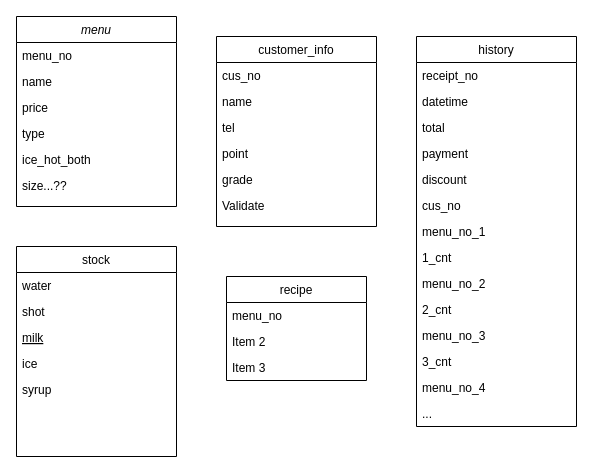
Above: Untitled Diagram.drawio in lachicadulce/JavaStudy (draw.io), before the change. Source tidied: cells renumbered, new cells numbered last; positions are measured from the earlier drawing's top-left corner, leaving out a move shared by most shapes. Both pictures are drawn from the tidied source at 100%, with x=0, y=0 at pixel (16, 16).
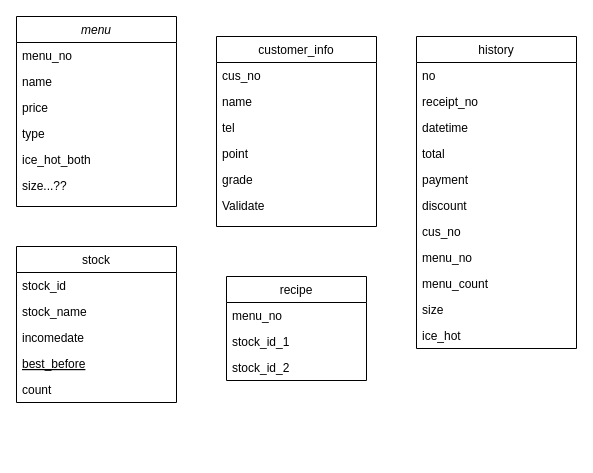
Above is the later version.

Commit message:
재고테이블 수정

Unchanged cells that the change refers to:
```xml
<mxCell id="37" value="recipe" style="swimlane;fontStyle=0;horizontal=1;startSize=26;" parent="1" vertex="1">
  <mxGeometry x="210" y="260" width="140" height="104" as="geometry" />
</mxCell>
```

Change to the diagram source:
```diff
@@
     <mxCell id="9" value="stock" style="swimlane;fontStyle=0;align=center;verticalAlign=top;horizontal=1;startSize=26;rounded=0;shadow=0;strokeWidth=1;" parent="1" vertex="1">
-      <mxGeometry y="230" width="160" height="210" as="geometry" />
+      <mxGeometry y="230" width="160" height="156" as="geometry" />
     </mxCell>
-    <mxCell id="10" value="water" style="text;align=left;verticalAlign=top;spacingLeft=4;spacingRight=4;overflow=hidden;" parent="9" vertex="1">
+    <mxCell id="10" value="stock_id" style="text;align=left;verticalAlign=top;spacingLeft=4;spacingRight=4;overflow=hidden;" parent="9" vertex="1">
       <mxGeometry y="26" width="160" height="26" as="geometry" />
     </mxCell>
+    <mxCell id="41" value="stock_name" style="text;align=left;verticalAlign=top;spacingLeft=4;spacingRight=4;overflow=hidden;" parent="9" vertex="1">
+      <mxGeometry y="52" width="160" height="26" as="geometry" />
+    </mxCell>
-    <mxCell id="11" value="shot" style="text;align=left;verticalAlign=top;spacingLeft=4;spacingRight=4;overflow=hidden;rounded=0;shadow=0;html=0;" parent="9" vertex="1">
-      <mxGeometry y="52" width="160" height="26" as="geometry" />
+    <mxCell id="11" value="incomedate" style="text;align=left;verticalAlign=top;spacingLeft=4;spacingRight=4;overflow=hidden;rounded=0;shadow=0;html=0;" parent="9" vertex="1">
+      <mxGeometry y="78" width="160" height="26" as="geometry" />
     </mxCell>
-    <mxCell id="12" value="milk" style="text;align=left;verticalAlign=top;spacingLeft=4;spacingRight=4;overflow=hidden;fontStyle=4;" parent="9" vertex="1">
-      <mxGeometry y="78" width="160" height="26" as="geometry" />
+    <mxCell id="12" value="best_before" style="text;align=left;verticalAlign=top;spacingLeft=4;spacingRight=4;overflow=hidden;fontStyle=4;" parent="9" vertex="1">
+      <mxGeometry y="104" width="160" height="26" as="geometry" />
     </mxCell>
-    <mxCell id="13" value="ice" style="text;align=left;verticalAlign=top;spacingLeft=4;spacingRight=4;overflow=hidden;" parent="9" vertex="1">
-      <mxGeometry y="104" width="160" height="26" as="geometry" />
+    <mxCell id="13" value="count" style="text;align=left;verticalAlign=top;spacingLeft=4;spacingRight=4;overflow=hidden;" parent="9" vertex="1">
+      <mxGeometry y="130" width="160" height="26" as="geometry" />
     </mxCell>
-    <mxCell id="14" value="syrup" style="text;align=left;verticalAlign=top;spacingLeft=4;spacingRight=4;overflow=hidden;" parent="9" vertex="1">
-      <mxGeometry y="130" width="160" height="26" as="geometry" />
-    </mxCell>
     <mxCell id="15" value="history" style="swimlane;fontStyle=0;align=center;verticalAlign=top;horizontal=1;startSize=26;rounded=0;shadow=0;strokeWidth=1;" parent="1" vertex="1">
-      <mxGeometry x="400" y="20" width="160" height="390" as="geometry" />
+      <mxGeometry x="400" y="20" width="160" height="312" as="geometry" />
     </mxCell>
-    <mxCell id="16" value="receipt_no" style="text;align=left;verticalAlign=top;spacingLeft=4;spacingRight=4;overflow=hidden;" parent="15" vertex="1">
+    <mxCell id="16" value="no" style="text;align=left;verticalAlign=top;spacingLeft=4;spacingRight=4;overflow=hidden;" parent="15" vertex="1">
       <mxGeometry y="26" width="160" height="26" as="geometry" />
     </mxCell>
+    <mxCell id="42" value="receipt_no" style="text;align=left;verticalAlign=top;spacingLeft=4;spacingRight=4;overflow=hidden;" parent="15" vertex="1">
+      <mxGeometry y="52" width="160" height="26" as="geometry" />
+    </mxCell>
     <mxCell id="17" value="datetime" style="text;align=left;verticalAlign=top;spacingLeft=4;spacingRight=4;overflow=hidden;" parent="15" vertex="1">
-      <mxGeometry y="52" width="160" height="26" as="geometry" />
+      <mxGeometry y="78" width="160" height="26" as="geometry" />
     </mxCell>
     <mxCell id="18" value="total" style="text;align=left;verticalAlign=top;spacingLeft=4;spacingRight=4;overflow=hidden;" parent="15" vertex="1">
-      <mxGeometry y="78" width="160" height="26" as="geometry" />
+      <mxGeometry y="104" width="160" height="26" as="geometry" />
     </mxCell>
     <mxCell id="19" value="payment" style="text;align=left;verticalAlign=top;spacingLeft=4;spacingRight=4;overflow=hidden;" parent="15" vertex="1">
-      <mxGeometry y="104" width="160" height="26" as="geometry" />
+      <mxGeometry y="130" width="160" height="26" as="geometry" />
     </mxCell>
     <mxCell id="20" value="discount" style="text;align=left;verticalAlign=top;spacingLeft=4;spacingRight=4;overflow=hidden;" parent="15" vertex="1">
-      <mxGeometry y="130" width="160" height="26" as="geometry" />
+      <mxGeometry y="156" width="160" height="26" as="geometry" />
     </mxCell>
     <mxCell id="21" value="cus_no" style="text;align=left;verticalAlign=top;spacingLeft=4;spacingRight=4;overflow=hidden;" parent="15" vertex="1">
-      <mxGeometry y="156" width="160" height="26" as="geometry" />
+      <mxGeometry y="182" width="160" height="26" as="geometry" />
     </mxCell>
-    <mxCell id="22" value="menu_no_1" style="text;align=left;verticalAlign=top;spacingLeft=4;spacingRight=4;overflow=hidden;" parent="15" vertex="1">
-      <mxGeometry y="182" width="160" height="26" as="geometry" />
+    <mxCell id="22" value="menu_no" style="text;align=left;verticalAlign=top;spacingLeft=4;spacingRight=4;overflow=hidden;" parent="15" vertex="1">
+      <mxGeometry y="208" width="160" height="26" as="geometry" />
     </mxCell>
-    <mxCell id="23" value="1_cnt" style="text;align=left;verticalAlign=top;spacingLeft=4;spacingRight=4;overflow=hidden;" parent="15" vertex="1">
-      <mxGeometry y="208" width="160" height="26" as="geometry" />
+    <mxCell id="23" value="menu_count" style="text;align=left;verticalAlign=top;spacingLeft=4;spacingRight=4;overflow=hidden;" parent="15" vertex="1">
+      <mxGeometry y="234" width="160" height="26" as="geometry" />
     </mxCell>
-    <mxCell id="24" value="menu_no_2" style="text;align=left;verticalAlign=top;spacingLeft=4;spacingRight=4;overflow=hidden;" parent="15" vertex="1">
-      <mxGeometry y="234" width="160" height="26" as="geometry" />
-    </mxCell>
-    <mxCell id="25" value="2_cnt" style="text;align=left;verticalAlign=top;spacingLeft=4;spacingRight=4;overflow=hidden;" parent="15" vertex="1">
+    <mxCell id="25" value="size" style="text;align=left;verticalAlign=top;spacingLeft=4;spacingRight=4;overflow=hidden;" parent="15" vertex="1">
       <mxGeometry y="260" width="160" height="26" as="geometry" />
     </mxCell>
-    <mxCell id="26" value="menu_no_3" style="text;align=left;verticalAlign=top;spacingLeft=4;spacingRight=4;overflow=hidden;" parent="15" vertex="1">
-      <mxGeometry y="286" width="160" height="26" as="geometry" />
-    </mxCell>
-    <mxCell id="27" value="3_cnt" style="text;align=left;verticalAlign=top;spacingLeft=4;spacingRight=4;overflow=hidden;" parent="15" vertex="1">
-      <mxGeometry y="312" width="160" height="26" as="geometry" />
-    </mxCell>
-    <mxCell id="28" value="menu_no_4" style="text;align=left;verticalAlign=top;spacingLeft=4;spacingRight=4;overflow=hidden;" parent="15" vertex="1">
-      <mxGeometry y="338" width="160" height="26" as="geometry" />
-    </mxCell>
-    <mxCell id="29" value="..." style="text;align=left;verticalAlign=top;spacingLeft=4;spacingRight=4;overflow=hidden;" parent="15" vertex="1">
-      <mxGeometry y="364" width="160" height="26" as="geometry" />
+    <mxCell id="29" value="ice_hot" style="text;align=left;verticalAlign=top;spacingLeft=4;spacingRight=4;overflow=hidden;" parent="15" vertex="1">
+      <mxGeometry y="286" width="160" height="26" as="geometry" />
     </mxCell>
@@
-    <mxCell id="39" value="Item 2" style="text;strokeColor=none;fillColor=none;align=left;verticalAlign=top;spacingLeft=4;spacingRight=4;overflow=hidden;" parent="37" vertex="1">
+    <mxCell id="39" value="stock_id_1" style="text;strokeColor=none;fillColor=none;align=left;verticalAlign=top;spacingLeft=4;spacingRight=4;overflow=hidden;" parent="37" vertex="1">
       <mxGeometry y="52" width="140" height="26" as="geometry" />
     </mxCell>
-    <mxCell id="40" value="Item 3" style="text;strokeColor=none;fillColor=none;align=left;verticalAlign=top;spacingLeft=4;spacingRight=4;overflow=hidden;" parent="37" vertex="1">
+    <mxCell id="40" value="stock_id_2" style="text;strokeColor=none;fillColor=none;align=left;verticalAlign=top;spacingLeft=4;spacingRight=4;overflow=hidden;" parent="37" vertex="1">
       <mxGeometry y="78" width="140" height="26" as="geometry" />
     </mxCell>
```
